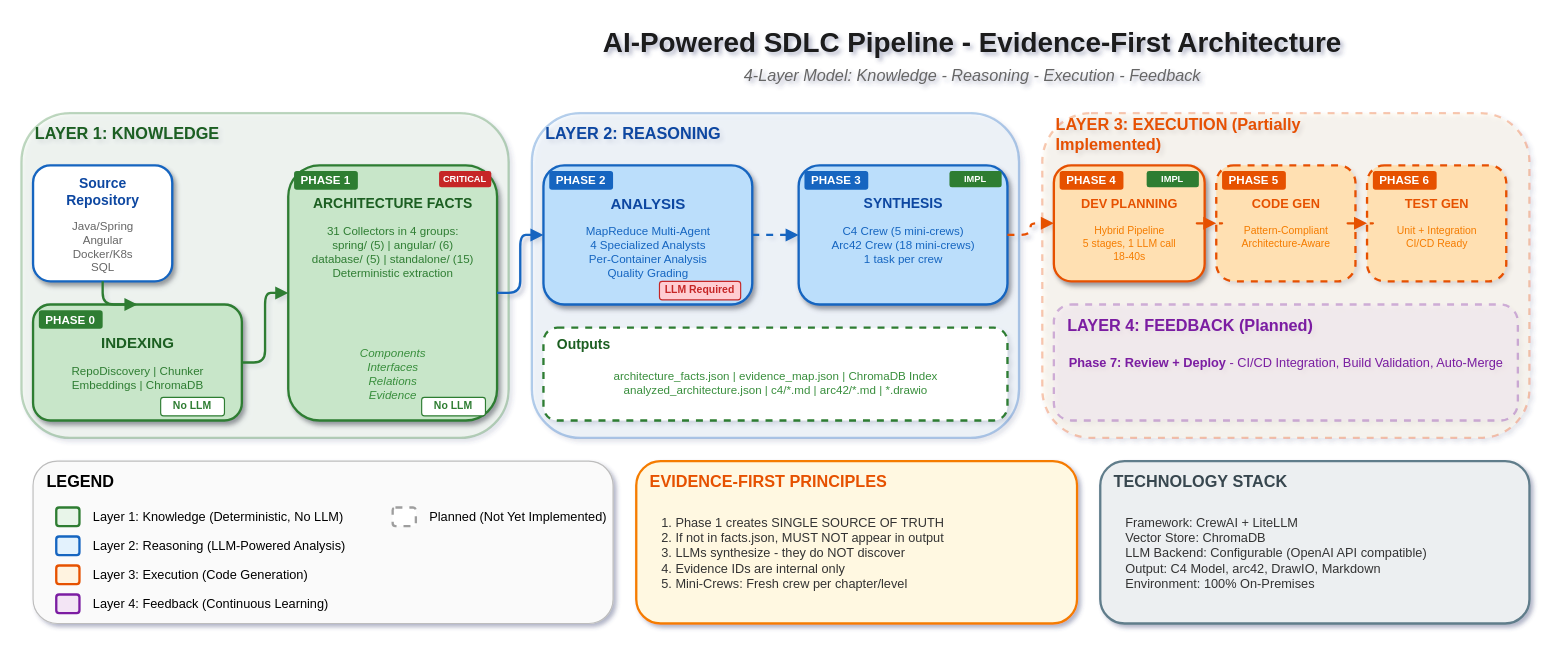
This is docs/diagrams/pipeline-flow.drawio from aymenmastouri/aicodegencrew, a draw.io file, before an edit. Source tidied: cells renumbered, new cells numbered last; positions are measured from the earlier drawing's top-left corner, leaving out a move shared by most shapes. Both pictures are drawn from the tidied source at 116%, with x=0, y=0 at pixel (21, 20).
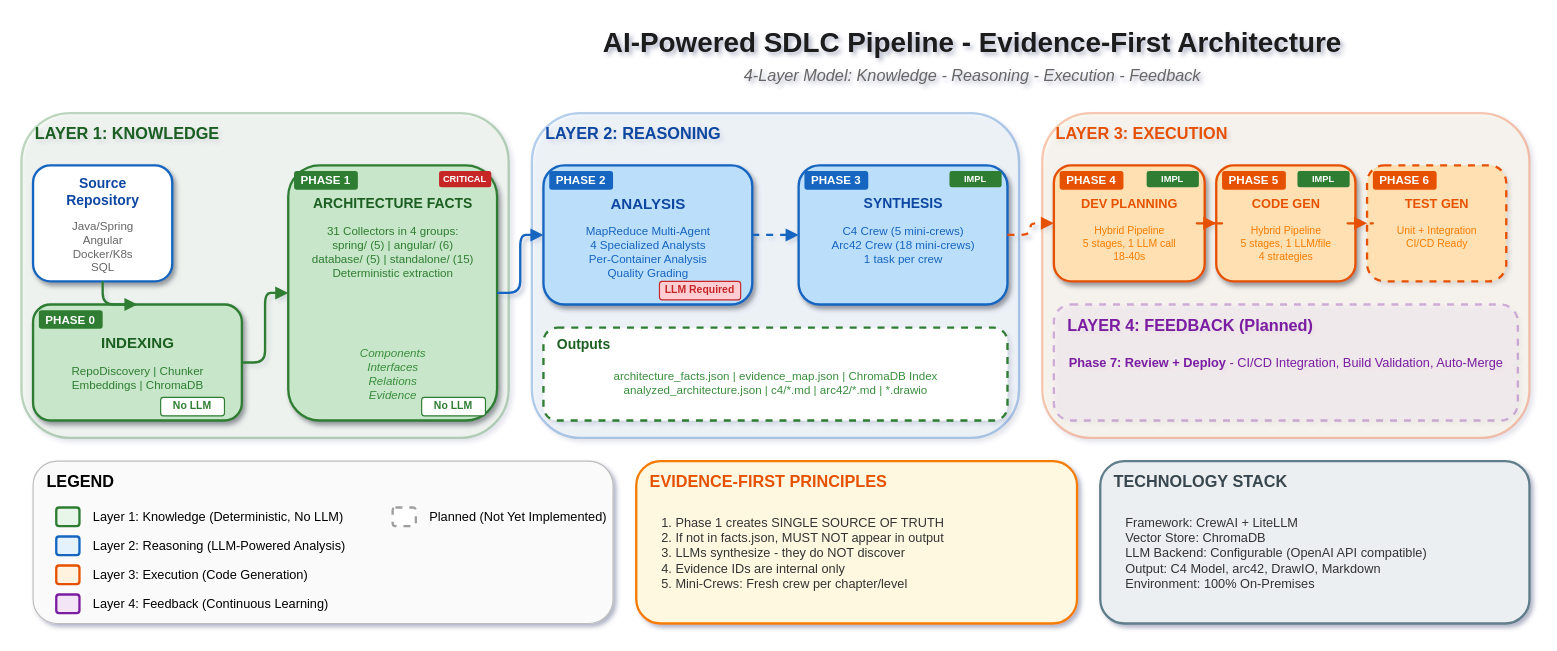
The same page after the edit.

The change refers to these unchanged cells:
```xml
<mxCell id="38" style="rounded=1;whiteSpace=wrap;html=1;fillColor=#FFE0B2;strokeColor=#E65100;strokeWidth=2;shadow=1;" parent="1" vertex="1">
  <mxGeometry x="890" y="125" width="130" height="100" as="geometry" />
</mxCell>
```

Diff of the diagram source:
```diff
@@
-    <mxCell id="36" style="rounded=1;whiteSpace=wrap;html=1;fillColor=#FFF3E0;strokeColor=#E65100;strokeWidth=2;opacity=30;dashed=1;" parent="1" vertex="1">
+    <mxCell id="36" style="rounded=1;whiteSpace=wrap;html=1;fillColor=#FFF3E0;strokeColor=#E65100;strokeWidth=2;opacity=30;" parent="1" vertex="1">
       <mxGeometry x="880" y="80" width="420" height="280" as="geometry" />
     </mxCell>
-    <mxCell id="37" value="LAYER 3: EXECUTION (Partially Implemented)" style="text;html=1;strokeColor=none;fillColor=none;align=left;verticalAlign=middle;whiteSpace=wrap;rounded=0;fontSize=14;fontStyle=1;fontColor=#E65100;" parent="1" vertex="1">
+    <mxCell id="37" value="LAYER 3: EXECUTION" style="text;html=1;strokeColor=none;fillColor=none;align=left;verticalAlign=middle;whiteSpace=wrap;rounded=0;fontSize=14;fontStyle=1;fontColor=#E65100;" parent="1" vertex="1">
       <mxGeometry x="890" y="85" width="250" height="25" as="geometry" />
     </mxCell>
@@
-    <mxCell id="43" style="rounded=1;whiteSpace=wrap;html=1;fillColor=#FFE0B2;strokeColor=#E65100;strokeWidth=2;dashed=1;" parent="1" vertex="1">
+    <mxCell id="43" style="rounded=1;whiteSpace=wrap;html=1;fillColor=#FFE0B2;strokeColor=#E65100;strokeWidth=2;shadow=1;" parent="1" vertex="1">
       <mxGeometry x="1030" y="125" width="120" height="100" as="geometry" />
     </mxCell>
@@
+    <mxCell id="79" value="IMPL" style="rounded=1;whiteSpace=wrap;html=1;fillColor=#2E7D32;strokeColor=none;fontColor=#ffffff;fontSize=8;fontStyle=1;" parent="1" vertex="1">
+      <mxGeometry x="1100" y="130" width="45" height="14" as="geometry" />
+    </mxCell>
@@
-    <mxCell id="46" value="Pattern-Compliant&lt;br&gt;Architecture-Aware" style="text;html=1;strokeColor=none;fillColor=none;align=center;verticalAlign=top;fontSize=9;fontColor=#F57C00;" parent="1" vertex="1">
-      <mxGeometry x="1030" y="170" width="120" height="35" as="geometry" />
+    <mxCell id="46" value="Hybrid Pipeline&lt;br&gt;5 stages, 1 LLM/file&lt;br&gt;4 strategies" style="text;html=1;strokeColor=none;fillColor=none;align=center;verticalAlign=top;fontSize=9;fontColor=#F57C00;" parent="1" vertex="1">
+      <mxGeometry x="1030" y="170" width="120" height="45" as="geometry" />
     </mxCell>
@@
-    <mxCell id="51" style="edgeStyle=orthogonalEdgeStyle;rounded=1;jettySize=auto;html=1;strokeWidth=2;strokeColor=#E65100;endArrow=block;endFill=1;dashed=1;" parent="1" edge="1" source="38" target="43">
+    <mxCell id="51" style="edgeStyle=orthogonalEdgeStyle;rounded=1;jettySize=auto;html=1;strokeWidth=2;strokeColor=#E65100;endArrow=block;endFill=1;" parent="1" edge="1" source="38" target="43">
       <mxGeometry relative="1" as="geometry" />
     </mxCell>
```
